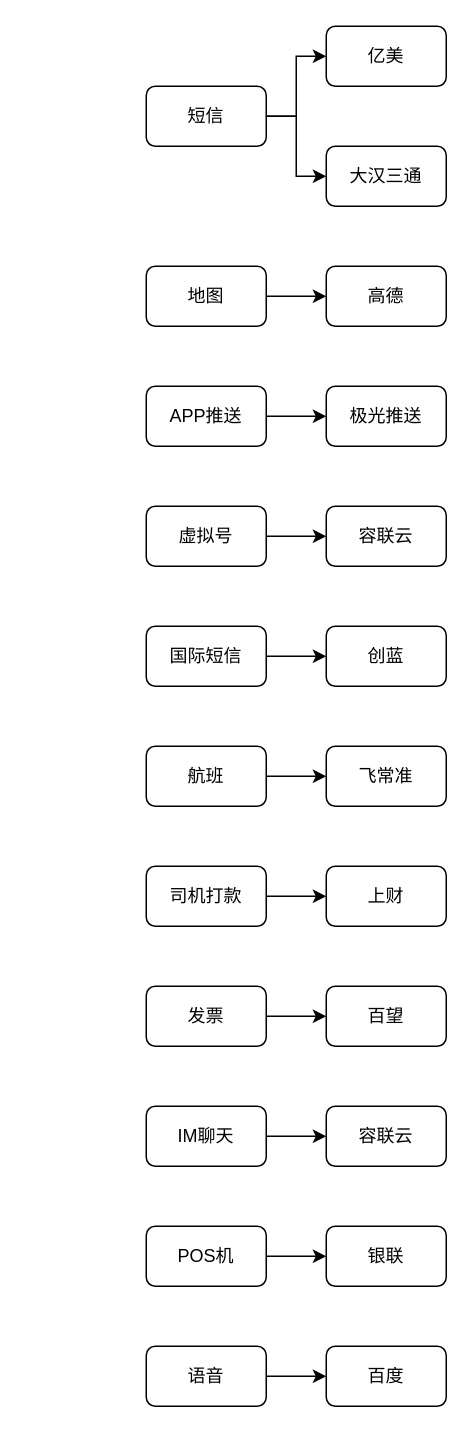
Before: page "Page-2" (2 of 3) of logichth3.drawio in zhangjiongcn/drawio, a draw.io diagram. Source tidied: cells renumbered, new cells numbered last; positions are measured from the earlier drawing's top-left corner, leaving out a move shared by most shapes. Both pictures are drawn from the tidied source at 150%, with x=0, y=0 at pixel (146, 26).
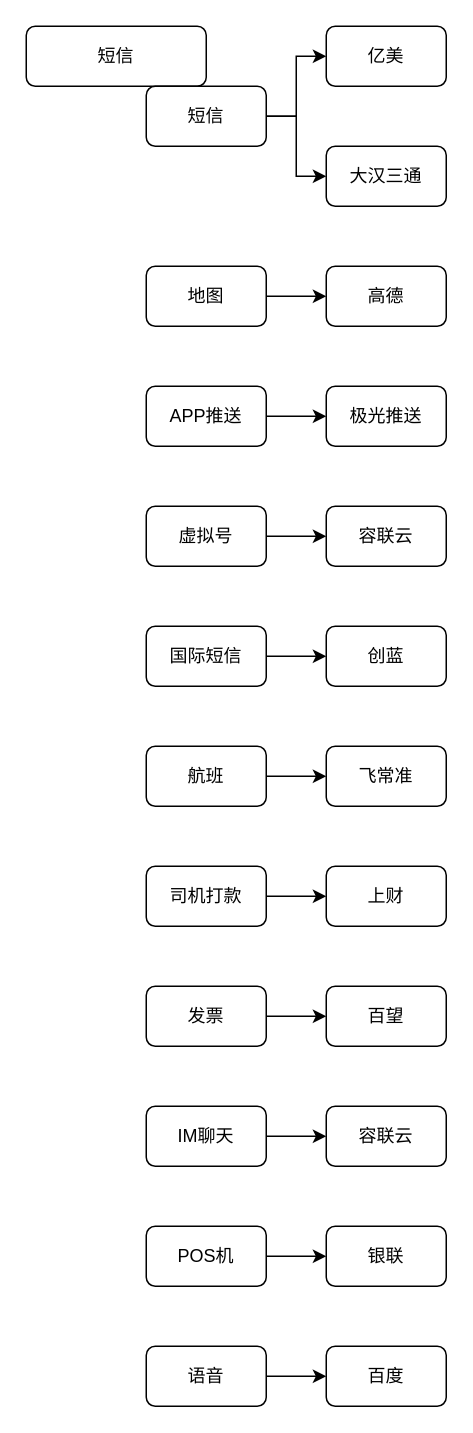
After the change.

Change to the diagram source:
```diff
@@
+    <mxCell id="37" value="短信" style="rounded=1;whiteSpace=wrap;html=1;" parent="1" vertex="1">
+      <mxGeometry x="-80" width="120" height="40" as="geometry" />
+    </mxCell>
```
